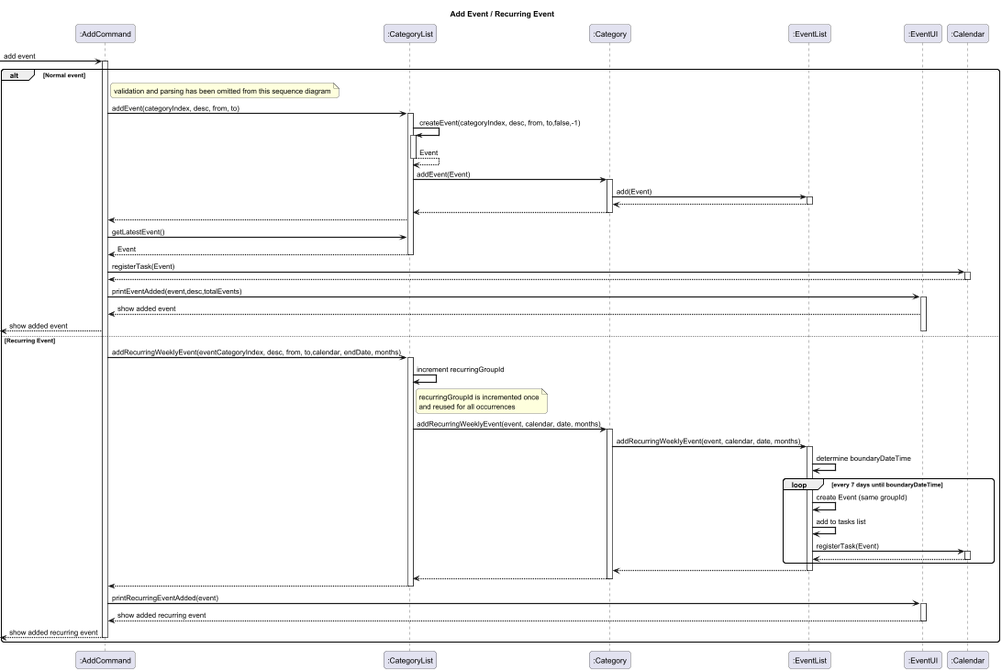
The PlantUML diagram docs/pictures/AddRecurringNonRecurringEvent.png in marken9/tp, before a commit. The source it was exported from:
```plantuml
@startuml AddEvent

skinparam sequenceArrowThickness 2
skinparam roundcorner 10

title Add Event / Recurring Event

participant ":AddCommand" as AC
participant ":CategoryList" as CL
participant ":Category" as CAT
participant ":EventList" as EL
participant ":EventUI" as UI
participant ":Calendar" as CAL

 -> AC : add event
activate AC


alt Normal event
    note right of AC
        validation and parsing has been omitted from this sequence diagram
    end note
        AC -> CL : addEvent(categoryIndex, desc, from, to)
        activate CL
        CL -> CL : createEvent(categoryIndex, desc, from, to,false,-1)
        activate CL
        CL --> CL : Event
        deactivate CL
        CL -> CAT : addEvent(Event)
        activate CAT
        CAT -> EL : add(Event)
        activate EL
        EL --> CAT
        deactivate EL
        CAT --> CL
        deactivate CAT
        CL --> AC

        AC -> CL : getLatestEvent()
        CL --> AC : Event
        deactivate CL

        AC -> CAL : registerTask(Event)
        activate CAL
        CAL --> AC
        deactivate CAL

        AC -> UI : printEventAdded(event,desc,totalEvents)
        activate UI
        UI --> AC : show added event
        AC -->[ : show added event
        deactivate UI

else Recurring Event

        AC -> CL : addRecurringWeeklyEvent(eventCategoryIndex, desc, from, to,calendar, endDate, months)
        activate CL

        CL -> CL : increment recurringGroupId
        note right of CL
        recurringGroupId is incremented once
        and reused for all occurrences
        end note

        CL -> CAT : addRecurringWeeklyEvent(event, calendar, date, months)
        activate CAT

        CAT -> EL : addRecurringWeeklyEvent(event, calendar, date, months)
        activate EL

        EL -> EL : determine boundaryDateTime

        loop every 7 days until boundaryDateTime
            EL -> EL : create Event (same groupId)
            EL -> EL : add to tasks list
            EL -> CAL : registerTask(Event)
            activate CAL
            CAL --> EL
            deactivate CAL
        end

        EL --> CAT
        deactivate EL
        CAT --> CL
        deactivate CAT
        CL --> AC
        deactivate CL

        AC -> UI : printRecurringEventAdded(event)
        activate UI
        UI --> AC : show added recurring event
        deactivate UI
        AC -->[ : show added recurring event
        deactivate AC
    end

@enduml
```
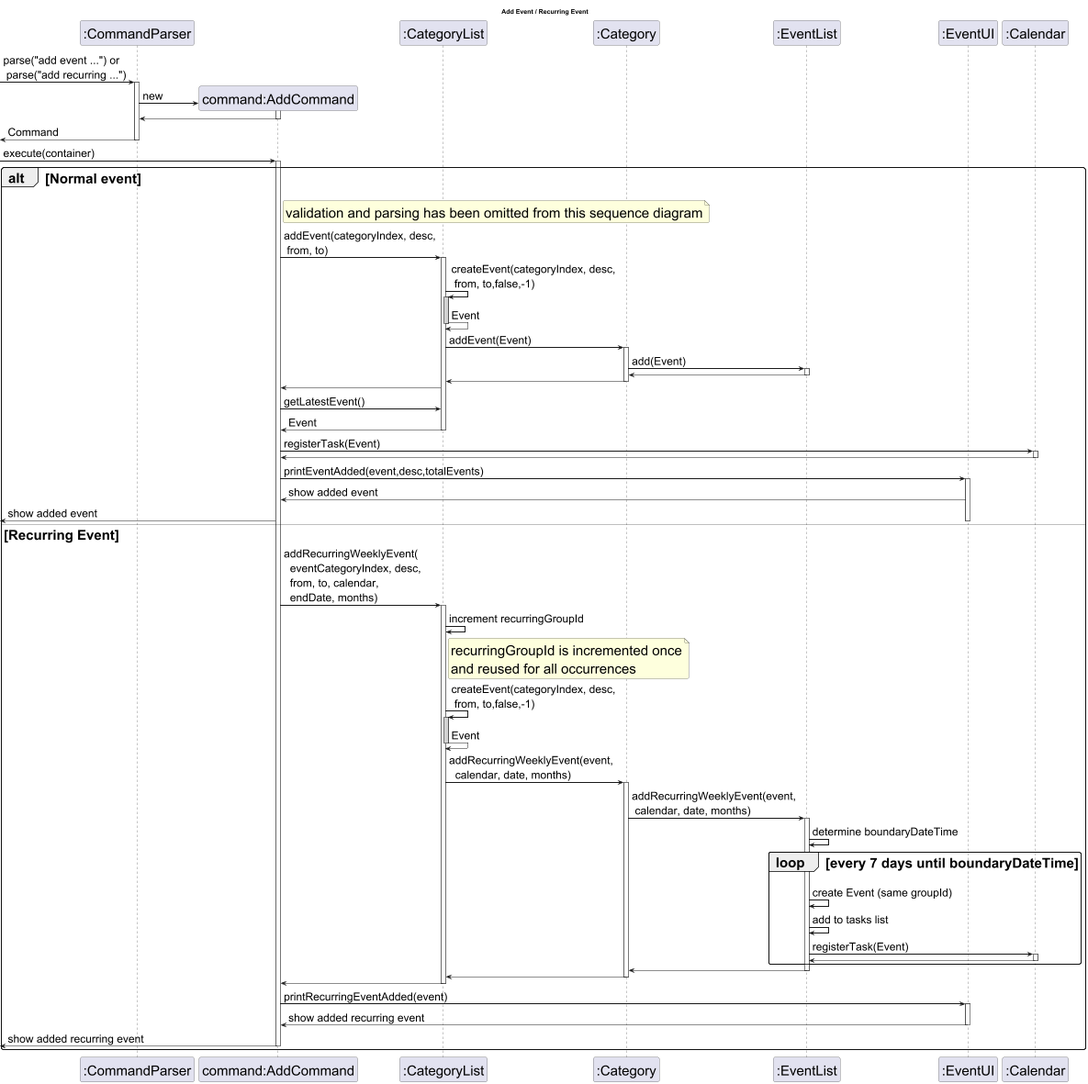
The same file after the commit.

Change to the diagram source:
```diff
@@ -2,28 +2,39 @@
 
 skinparam sequenceArrowThickness 2
 skinparam roundcorner 10
+skinparam DefaultFontSize 30
+skinparam ArrowFontSize 24
 
 title Add Event / Recurring Event
 
-participant ":AddCommand" as AC
+participant ":CommandParser" as CP
+-> CP : parse("add event ...") or\n parse("add recurring ...")
+activate CP
+create "command:AddCommand" as AC
+CP -> AC : new
+activate AC
+AC --> CP :
+deactivate AC
+CP -->[ : Command
+deactivate CP
+
+-> AC : execute(container)
+activate AC
 participant ":CategoryList" as CL
 participant ":Category" as CAT
 participant ":EventList" as EL
 participant ":EventUI" as UI
 participant ":Calendar" as CAL
 
- -> AC : add event
-activate AC
-
-
 alt Normal event
     note right of AC
         validation and parsing has been omitted from this sequence diagram
     end note
-        AC -> CL : addEvent(categoryIndex, desc, from, to)
+        AC -> CL : addEvent(categoryIndex, desc,\n from, to)
         activate CL
-        CL -> CL : createEvent(categoryIndex, desc, from, to,false,-1)
-        activate CL
+
+        CL -> CL : createEvent(categoryIndex, desc, \n from, to,false,-1)
+        activate CL #lightgrey
         CL --> CL : Event
         deactivate CL
         CL -> CAT : addEvent(Event)
@@ -53,7 +64,7 @@
 
 else Recurring Event
 
-        AC -> CL : addRecurringWeeklyEvent(eventCategoryIndex, desc, from, to,calendar, endDate, months)
+        AC -> CL : addRecurringWeeklyEvent(\n  eventCategoryIndex, desc, \n  from, to, calendar, \n  endDate, months)
         activate CL
 
         CL -> CL : increment recurringGroupId
@@ -61,11 +72,16 @@
         recurringGroupId is incremented once
         and reused for all occurrences
         end note
+        CL -> CL : createEvent(categoryIndex, desc, \n from, to,false,-1)
+        activate CL #lightgrey
+        CL --> CL : Event
+        deactivate CL
 
-        CL -> CAT : addRecurringWeeklyEvent(event, calendar, date, months)
+
+        CL -> CAT : addRecurringWeeklyEvent(event,\n  calendar, date, months)
         activate CAT
 
-        CAT -> EL : addRecurringWeeklyEvent(event, calendar, date, months)
+        CAT -> EL : addRecurringWeeklyEvent(event, \n calendar, date, months)
         activate EL
 
         EL -> EL : determine boundaryDateTime
```
